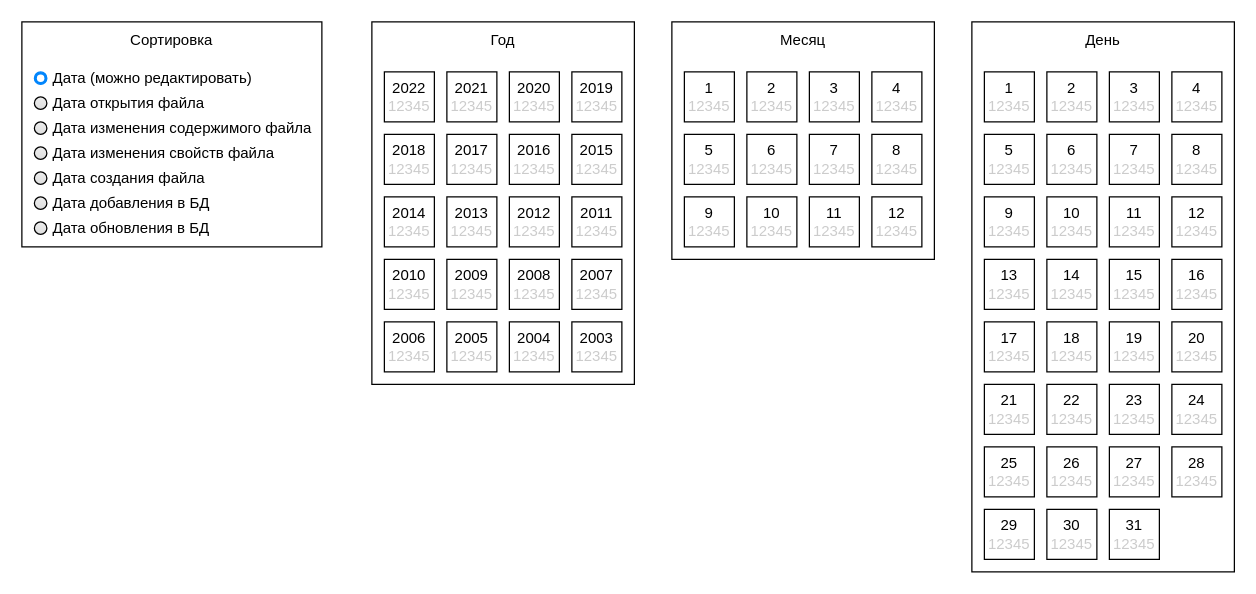
Above: diagram.drawio in n-a-n-a-k-i/gallery-client (draw.io), before the change. Source tidied: cells renumbered, new cells numbered last; positions are measured from the earlier drawing's top-left corner, leaving out a move shared by most shapes. Both pictures are drawn from the tidied source at 125%, with x=0, y=0 at pixel (21, 21).
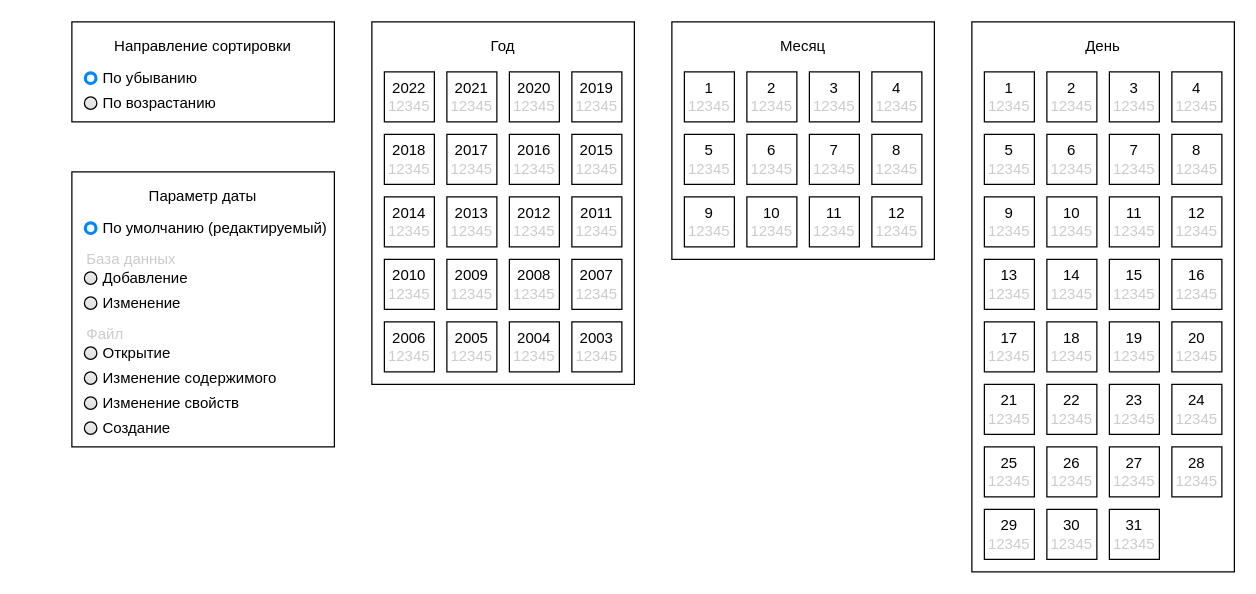
After the change.

Commit message:
add sort & date column to filter in diagram.drawio

Change to the diagram source:
```diff
@@
     <mxCell id="2" style="rounded=0;whiteSpace=wrap;html=1;fontColor=#000000;" parent="1" vertex="1">
-      <mxGeometry width="240" height="180" as="geometry" />
+      <mxGeometry x="40" y="120" width="210" height="220" as="geometry" />
     </mxCell>
@@
     <mxCell id="69" value="&lt;font color=&quot;#000000&quot;&gt;Год&lt;/font&gt;" style="text;html=1;strokeColor=none;fillColor=none;align=center;verticalAlign=middle;whiteSpace=wrap;rounded=0;fontColor=#CCCCCC;" parent="1" vertex="1">
-      <mxGeometry x="280" width="210" height="30" as="geometry" />
+      <mxGeometry x="290" y="10" width="190" height="20" as="geometry" />
     </mxCell>
     <mxCell id="70" value="&lt;font color=&quot;#000000&quot;&gt;Месяц&lt;/font&gt;" style="text;html=1;strokeColor=none;fillColor=none;align=center;verticalAlign=middle;whiteSpace=wrap;rounded=0;fontColor=#CCCCCC;" parent="1" vertex="1">
-      <mxGeometry x="520" width="210" height="30" as="geometry" />
+      <mxGeometry x="530" y="10" width="190" height="20" as="geometry" />
     </mxCell>
     <mxCell id="71" value="&lt;font color=&quot;#000000&quot;&gt;День&lt;/font&gt;" style="text;html=1;strokeColor=none;fillColor=none;align=center;verticalAlign=middle;whiteSpace=wrap;rounded=0;fontColor=#CCCCCC;" parent="1" vertex="1">
-      <mxGeometry x="760" width="210" height="30" as="geometry" />
+      <mxGeometry x="770" y="10" width="190" height="20" as="geometry" />
     </mxCell>
-    <mxCell id="72" value="Дата (можно редактировать)" style="html=1;shadow=0;dashed=0;shape=mxgraph.bootstrap.radioButton2;labelPosition=right;verticalLabelPosition=middle;align=left;verticalAlign=middle;gradientColor=#DEDEDE;fillColor=#EDEDED;checked=1;spacing=5;checkedFill=#0085FC;checkedStroke=#ffffff;sketch=0;fontColor=#000000;" parent="1" vertex="1">
-      <mxGeometry x="10" y="40" width="10" height="10" as="geometry" />
+    <mxCell id="72" value="По умолчанию (редактируемый)" style="html=1;shadow=0;dashed=0;shape=mxgraph.bootstrap.radioButton2;labelPosition=right;verticalLabelPosition=middle;align=left;verticalAlign=middle;gradientColor=#DEDEDE;fillColor=#EDEDED;checked=1;spacing=5;checkedFill=#0085FC;checkedStroke=#ffffff;sketch=0;fontColor=#000000;" parent="1" vertex="1">
+      <mxGeometry x="50" y="160" width="10" height="10" as="geometry" />
     </mxCell>
-    <mxCell id="73" value="Дата открытия файла" style="html=1;shadow=0;dashed=0;shape=mxgraph.bootstrap.radioButton2;labelPosition=right;verticalLabelPosition=middle;align=left;verticalAlign=middle;gradientColor=#DEDEDE;fillColor=#EDEDED;checked=0;spacing=5;checkedFill=#0085FC;checkedStroke=#ffffff;sketch=0;fontColor=#000000;" parent="1" vertex="1">
-      <mxGeometry x="10" y="60" width="10" height="10" as="geometry" />
+    <mxCell id="73" value="Открытие" style="html=1;shadow=0;dashed=0;shape=mxgraph.bootstrap.radioButton2;labelPosition=right;verticalLabelPosition=middle;align=left;verticalAlign=middle;gradientColor=#DEDEDE;fillColor=#EDEDED;checked=0;spacing=5;checkedFill=#0085FC;checkedStroke=#ffffff;sketch=0;fontColor=#000000;" parent="1" vertex="1">
+      <mxGeometry x="50" y="260" width="10" height="10" as="geometry" />
     </mxCell>
-    <mxCell id="74" value="Дата изменения содержимого файла" style="html=1;shadow=0;dashed=0;shape=mxgraph.bootstrap.radioButton2;labelPosition=right;verticalLabelPosition=middle;align=left;verticalAlign=middle;gradientColor=#DEDEDE;fillColor=#EDEDED;checked=0;spacing=5;checkedFill=#0085FC;checkedStroke=#ffffff;sketch=0;fontColor=#000000;" parent="1" vertex="1">
-      <mxGeometry x="10" y="80" width="10" height="10" as="geometry" />
+    <mxCell id="74" value="Изменение содержимого" style="html=1;shadow=0;dashed=0;shape=mxgraph.bootstrap.radioButton2;labelPosition=right;verticalLabelPosition=middle;align=left;verticalAlign=middle;gradientColor=#DEDEDE;fillColor=#EDEDED;checked=0;spacing=5;checkedFill=#0085FC;checkedStroke=#ffffff;sketch=0;fontColor=#000000;" parent="1" vertex="1">
+      <mxGeometry x="50" y="280" width="10" height="10" as="geometry" />
     </mxCell>
-    <mxCell id="75" value="Дата изменения свойств файла" style="html=1;shadow=0;dashed=0;shape=mxgraph.bootstrap.radioButton2;labelPosition=right;verticalLabelPosition=middle;align=left;verticalAlign=middle;gradientColor=#DEDEDE;fillColor=#EDEDED;checked=0;spacing=5;checkedFill=#0085FC;checkedStroke=#ffffff;sketch=0;fontColor=#000000;" parent="1" vertex="1">
-      <mxGeometry x="10" y="100" width="10" height="10" as="geometry" />
+    <mxCell id="75" value="Изменение свойств" style="html=1;shadow=0;dashed=0;shape=mxgraph.bootstrap.radioButton2;labelPosition=right;verticalLabelPosition=middle;align=left;verticalAlign=middle;gradientColor=#DEDEDE;fillColor=#EDEDED;checked=0;spacing=5;checkedFill=#0085FC;checkedStroke=#ffffff;sketch=0;fontColor=#000000;" parent="1" vertex="1">
+      <mxGeometry x="50" y="300" width="10" height="10" as="geometry" />
     </mxCell>
-    <mxCell id="76" value="Дата создания файла" style="html=1;shadow=0;dashed=0;shape=mxgraph.bootstrap.radioButton2;labelPosition=right;verticalLabelPosition=middle;align=left;verticalAlign=middle;gradientColor=#DEDEDE;fillColor=#EDEDED;checked=0;spacing=5;checkedFill=#0085FC;checkedStroke=#ffffff;sketch=0;fontColor=#000000;" parent="1" vertex="1">
-      <mxGeometry x="10" y="120" width="10" height="10" as="geometry" />
+    <mxCell id="76" value="Создание" style="html=1;shadow=0;dashed=0;shape=mxgraph.bootstrap.radioButton2;labelPosition=right;verticalLabelPosition=middle;align=left;verticalAlign=middle;gradientColor=#DEDEDE;fillColor=#EDEDED;checked=0;spacing=5;checkedFill=#0085FC;checkedStroke=#ffffff;sketch=0;fontColor=#000000;" parent="1" vertex="1">
+      <mxGeometry x="50" y="320" width="10" height="10" as="geometry" />
     </mxCell>
-    <mxCell id="77" value="Дата добавления в БД" style="html=1;shadow=0;dashed=0;shape=mxgraph.bootstrap.radioButton2;labelPosition=right;verticalLabelPosition=middle;align=left;verticalAlign=middle;gradientColor=#DEDEDE;fillColor=#EDEDED;checked=0;spacing=5;checkedFill=#0085FC;checkedStroke=#ffffff;sketch=0;fontColor=#000000;" parent="1" vertex="1">
-      <mxGeometry x="10" y="140" width="10" height="10" as="geometry" />
+    <mxCell id="77" value="Добавление" style="html=1;shadow=0;dashed=0;shape=mxgraph.bootstrap.radioButton2;labelPosition=right;verticalLabelPosition=middle;align=left;verticalAlign=middle;gradientColor=#DEDEDE;fillColor=#EDEDED;checked=0;spacing=5;checkedFill=#0085FC;checkedStroke=#ffffff;sketch=0;fontColor=#000000;" parent="1" vertex="1">
+      <mxGeometry x="50" y="200" width="10" height="10" as="geometry" />
     </mxCell>
-    <mxCell id="78" value="Дата обновления в БД" style="html=1;shadow=0;dashed=0;shape=mxgraph.bootstrap.radioButton2;labelPosition=right;verticalLabelPosition=middle;align=left;verticalAlign=middle;gradientColor=#DEDEDE;fillColor=#EDEDED;checked=0;spacing=5;checkedFill=#0085FC;checkedStroke=#ffffff;sketch=0;fontColor=#000000;" parent="1" vertex="1">
-      <mxGeometry x="10" y="160" width="10" height="10" as="geometry" />
+    <mxCell id="78" value="Изменение" style="html=1;shadow=0;dashed=0;shape=mxgraph.bootstrap.radioButton2;labelPosition=right;verticalLabelPosition=middle;align=left;verticalAlign=middle;gradientColor=#DEDEDE;fillColor=#EDEDED;checked=0;spacing=5;checkedFill=#0085FC;checkedStroke=#ffffff;sketch=0;fontColor=#000000;" parent="1" vertex="1">
+      <mxGeometry x="50" y="220" width="10" height="10" as="geometry" />
     </mxCell>
-    <mxCell id="79" value="Сортировка" style="text;html=1;strokeColor=none;fillColor=none;align=center;verticalAlign=middle;whiteSpace=wrap;rounded=0;fontColor=#000000;" parent="1" vertex="1">
-      <mxGeometry width="240" height="30" as="geometry" />
+    <mxCell id="79" value="Параметр даты" style="text;html=1;strokeColor=none;fillColor=none;align=center;verticalAlign=middle;whiteSpace=wrap;rounded=0;fontColor=#000000;" parent="1" vertex="1">
+      <mxGeometry x="50" y="130" width="190" height="20" as="geometry" />
     </mxCell>
+    <mxCell id="80" style="rounded=0;whiteSpace=wrap;html=1;fontColor=#000000;" parent="1" vertex="1">
+      <mxGeometry x="40" width="210" height="80" as="geometry" />
+    </mxCell>
+    <mxCell id="81" value="По убыванию" style="html=1;shadow=0;dashed=0;shape=mxgraph.bootstrap.radioButton2;labelPosition=right;verticalLabelPosition=middle;align=left;verticalAlign=middle;gradientColor=#DEDEDE;fillColor=#EDEDED;checked=1;spacing=5;checkedFill=#0085FC;checkedStroke=#ffffff;sketch=0;fontColor=#000000;" parent="1" vertex="1">
+      <mxGeometry x="50" y="40" width="10" height="10" as="geometry" />
+    </mxCell>
+    <mxCell id="82" value="По возрастанию" style="html=1;shadow=0;dashed=0;shape=mxgraph.bootstrap.radioButton2;labelPosition=right;verticalLabelPosition=middle;align=left;verticalAlign=middle;gradientColor=#DEDEDE;fillColor=#EDEDED;checked=0;spacing=5;checkedFill=#0085FC;checkedStroke=#ffffff;sketch=0;fontColor=#000000;" parent="1" vertex="1">
+      <mxGeometry x="50" y="60" width="10" height="10" as="geometry" />
+    </mxCell>
+    <mxCell id="83" value="Направление сортировки" style="text;html=1;strokeColor=none;fillColor=none;align=center;verticalAlign=middle;whiteSpace=wrap;rounded=0;fontColor=#000000;" parent="1" vertex="1">
+      <mxGeometry x="50" y="10" width="190" height="20" as="geometry" />
+    </mxCell>
+    <mxCell id="84" value="База данных" style="text;html=1;strokeColor=none;fillColor=none;align=left;verticalAlign=middle;whiteSpace=wrap;rounded=0;perimeterSpacing=0;shadow=0;fontColor=#CCCCCC;" parent="1" vertex="1">
+      <mxGeometry x="50" y="180" width="190" height="20" as="geometry" />
+    </mxCell>
+    <mxCell id="85" value="Файл" style="text;html=1;strokeColor=none;fillColor=none;align=left;verticalAlign=middle;whiteSpace=wrap;rounded=0;perimeterSpacing=0;shadow=0;fontColor=#CCCCCC;" parent="1" vertex="1">
+      <mxGeometry x="50" y="240" width="190" height="20" as="geometry" />
+    </mxCell>
```
